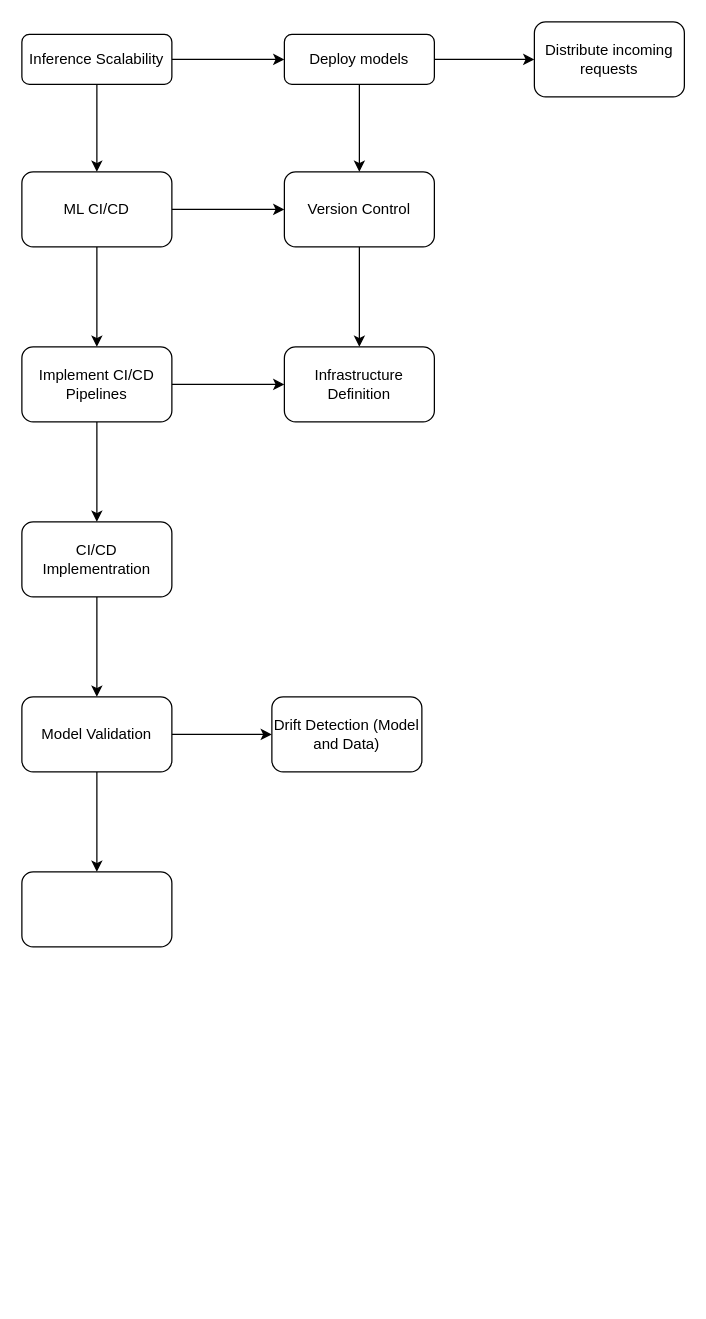
Earlier version of the draw.io diagram R5 MLOps.drawio (jgbeta/r5-mlops). Source tidied: cells renumbered, new cells numbered last; positions are measured from the earlier drawing's top-left corner, leaving out a move shared by most shapes. Both pictures are drawn from the tidied source at 125%, with x=0, y=0 at pixel (21, 21).
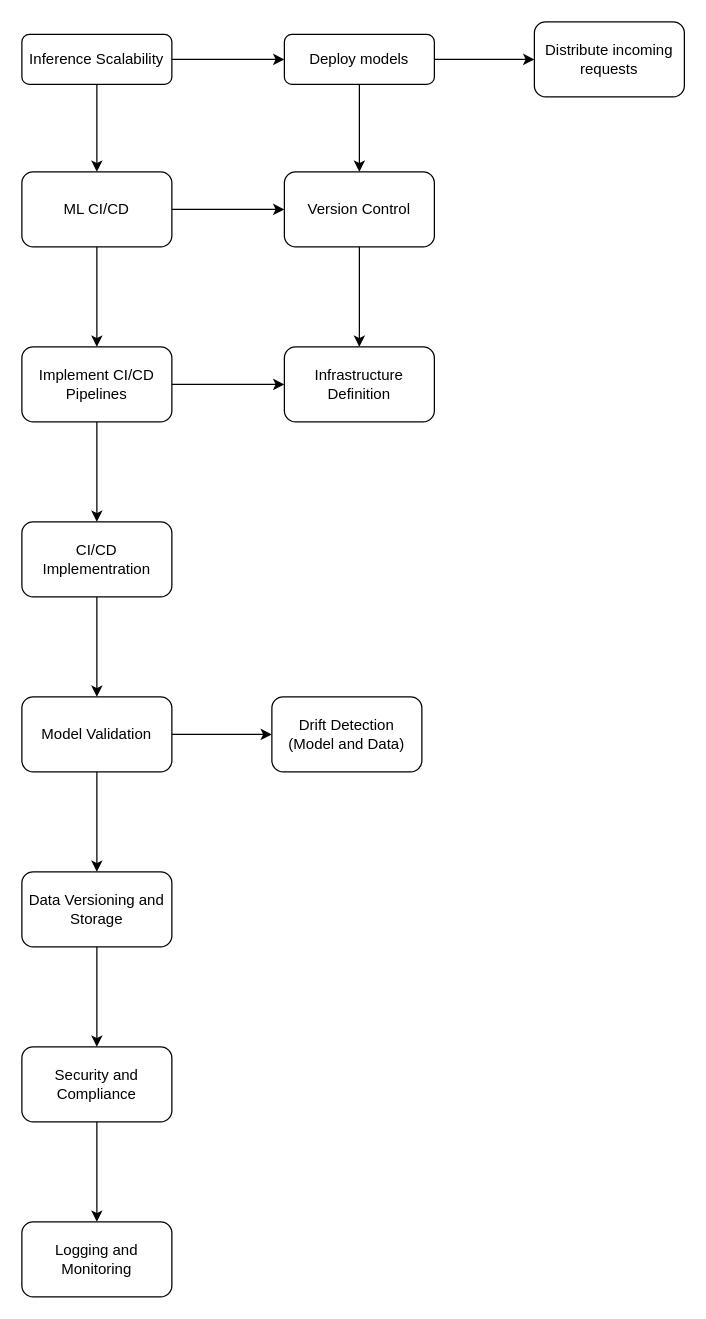
The same page after the edit.

What changed in the source:
```diff
@@
+    <mxCell id="25" style="edgeStyle=orthogonalEdgeStyle;rounded=0;jettySize=auto;html=1;" parent="1" edge="1" source="23" target="27">
+      <mxGeometry relative="1" as="geometry" />
+    </mxCell>
-    <mxCell id="23" style="whiteSpace=wrap;html=1;rounded=1;glass=0;strokeWidth=1;shadow=0;" parent="1" vertex="1">
+    <mxCell id="23" value="Data Versioning and Storage" style="whiteSpace=wrap;html=1;rounded=1;glass=0;strokeWidth=1;shadow=0;" parent="1" vertex="1">
       <mxGeometry y="680" width="120" height="60" as="geometry" />
     </mxCell>
-    <mxCell id="24" value="Drift Detection (Model and Data)" style="whiteSpace=wrap;html=1;rounded=1;glass=0;strokeWidth=1;shadow=0;" parent="1" vertex="1">
+    <mxCell id="24" value="Drift Detection &lt;br&gt;(Model and Data)" style="whiteSpace=wrap;html=1;rounded=1;glass=0;strokeWidth=1;shadow=0;" parent="1" vertex="1">
       <mxGeometry x="200" y="540" width="120" height="60" as="geometry" />
     </mxCell>
+    <mxCell id="26" style="edgeStyle=orthogonalEdgeStyle;rounded=0;jettySize=auto;html=1;" parent="1" edge="1" source="27" target="28">
+      <mxGeometry relative="1" as="geometry" />
+    </mxCell>
+    <mxCell id="27" value="Security and Compliance" style="whiteSpace=wrap;html=1;rounded=1;glass=0;strokeWidth=1;shadow=0;" parent="1" vertex="1">
+      <mxGeometry y="820" width="120" height="60" as="geometry" />
+    </mxCell>
+    <mxCell id="28" value="Logging and Monitoring" style="whiteSpace=wrap;html=1;rounded=1;glass=0;strokeWidth=1;shadow=0;" parent="1" vertex="1">
+      <mxGeometry y="960" width="120" height="60" as="geometry" />
+    </mxCell>
```
